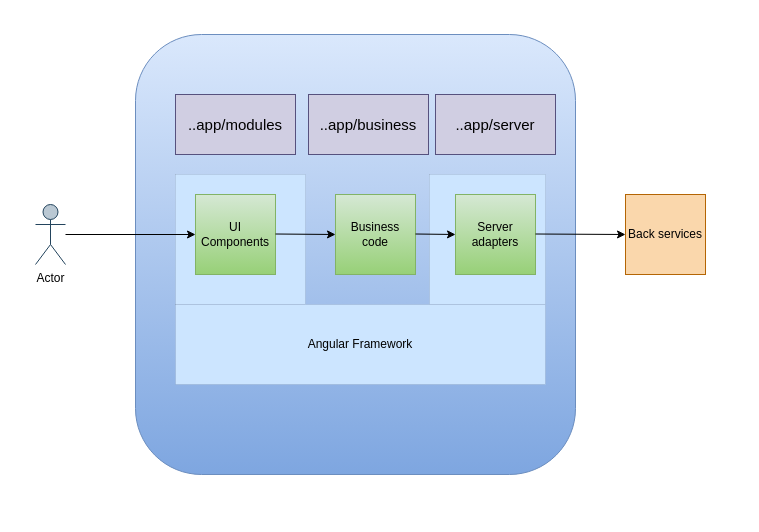
Above: src/docs/asciidoc/images/SoftwareArchitecture-UI.drawio in opfab/operatorfabric-core (draw.io), before the change. Source tidied: cells renumbered, new cells numbered last; positions are measured from the earlier drawing's top-left corner, leaving out a move shared by most shapes. Both pictures are drawn from the tidied source at 100%, with x=0, y=0 at pixel (35, 34).
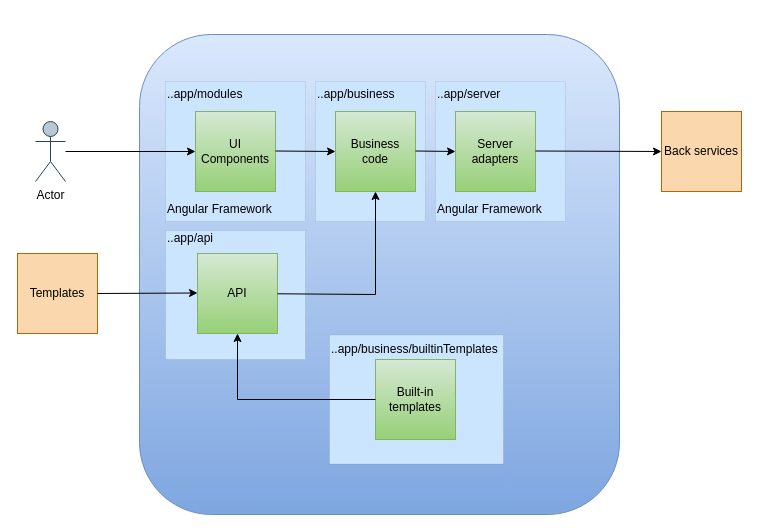
After the change.

Commit message (it also covers changes not shown here):
Update front architecture documentation

Diff of the diagram source:
```diff
@@
     <mxCell id="2" value="&lt;div align=&quot;right&quot;&gt;&lt;br&gt;&lt;/div&gt;" style="whiteSpace=wrap;html=1;labelPosition=center;verticalLabelPosition=top;align=center;verticalAlign=bottom;fillColor=#dae8fc;strokeColor=#6c8ebf;rounded=1;gradientColor=#7ea6e0;" parent="1" vertex="1">
-      <mxGeometry x="100" width="440" height="440" as="geometry" />
+      <mxGeometry x="104" width="480" height="480" as="geometry" />
     </mxCell>
-    <mxCell id="3" style="rounded=0;whiteSpace=wrap;html=1;fillColor=#cce5ff;strokeWidth=0;strokeColor=#36393d;" parent="1" vertex="1">
-      <mxGeometry x="394" y="140" width="116" height="130" as="geometry" />
-    </mxCell>
+    <mxCell id="18" value="&lt;div&gt;..app/business/builtinTemplates&lt;/div&gt;&lt;div&gt;&lt;br&gt;&lt;/div&gt;&lt;div&gt;&lt;br&gt;&lt;/div&gt;&lt;div&gt;&lt;br&gt;&lt;/div&gt;&lt;div&gt;&lt;br&gt;&lt;/div&gt;&lt;div&gt;&lt;br&gt;&lt;/div&gt;&lt;div&gt;&lt;br&gt;&lt;/div&gt;&lt;div&gt;&lt;br&gt;&lt;/div&gt;" style="rounded=0;whiteSpace=wrap;html=1;fillColor=#cce5ff;strokeWidth=0;strokeColor=#36393d;align=left;" parent="1" vertex="1">
+      <mxGeometry x="294" y="300.5" width="174" height="129" as="geometry" />
+    </mxCell>
+    <mxCell id="19" value="&lt;div&gt;..app/api &lt;br&gt;&lt;/div&gt;&lt;div&gt;&lt;br&gt;&lt;/div&gt;&lt;div&gt;&lt;br&gt;&lt;/div&gt;&lt;div&gt;&lt;br&gt;&lt;/div&gt;&lt;div&gt;&lt;br&gt;&lt;/div&gt;&lt;div&gt;&lt;br&gt;&lt;/div&gt;&lt;div&gt;&lt;br&gt;&lt;/div&gt;&lt;div&gt;&lt;br&gt;&lt;/div&gt;&lt;div&gt;&lt;br&gt;&lt;/div&gt;" style="rounded=0;whiteSpace=wrap;html=1;fillColor=#cce5ff;strokeWidth=0;strokeColor=#36393d;align=left;" parent="1" vertex="1">
+      <mxGeometry x="130" y="196" width="140" height="129" as="geometry" />
+    </mxCell>
+    <mxCell id="16" value="&lt;div&gt;..app/business &lt;br&gt;&lt;/div&gt;&lt;div&gt;&lt;br&gt;&lt;/div&gt;&lt;div&gt;&lt;br&gt;&lt;/div&gt;&lt;div&gt;&lt;br&gt;&lt;/div&gt;&lt;div&gt;&lt;br&gt;&lt;/div&gt;&lt;div&gt;&lt;br&gt;&lt;/div&gt;&lt;div&gt;&lt;br&gt;&lt;/div&gt;&lt;div&gt;&lt;br&gt;&lt;/div&gt;&lt;div&gt;&lt;br&gt;&lt;/div&gt;" style="rounded=0;whiteSpace=wrap;html=1;fillColor=#cce5ff;strokeWidth=0;strokeColor=#36393d;align=left;" parent="1" vertex="1">
+      <mxGeometry x="280" y="47" width="110" height="140" as="geometry" />
+    </mxCell>
+    <mxCell id="20" value="&lt;div&gt;..app/server &lt;br&gt;&lt;/div&gt;&lt;div&gt;&lt;br&gt;&lt;/div&gt;&lt;div&gt;&lt;br&gt;&lt;/div&gt;&lt;div&gt;&lt;br&gt;&lt;/div&gt;&lt;div&gt;&lt;br&gt;&lt;/div&gt;&lt;div&gt;&lt;br&gt;&lt;/div&gt;&lt;div&gt;&lt;br&gt;&lt;/div&gt;&lt;div&gt;&lt;br&gt;&lt;/div&gt;&lt;div&gt;Angular Framework&lt;/div&gt;" style="rounded=0;whiteSpace=wrap;html=1;fillColor=#cce5ff;strokeWidth=0;strokeColor=#36393d;align=left;" parent="1" vertex="1">
+      <mxGeometry x="400" y="47" width="130" height="140" as="geometry" />
+    </mxCell>
-    <mxCell id="4" style="rounded=0;whiteSpace=wrap;html=1;fillColor=#cce5ff;strokeWidth=0;strokeColor=#36393d;" parent="1" vertex="1">
-      <mxGeometry x="140" y="140" width="130" height="130" as="geometry" />
+    <mxCell id="4" value="&lt;div&gt;..app/modules &lt;br&gt;&lt;/div&gt;&lt;div&gt;&lt;br&gt;&lt;/div&gt;&lt;div&gt;&lt;br&gt;&lt;/div&gt;&lt;div&gt;&lt;br&gt;&lt;/div&gt;&lt;div&gt;&lt;br&gt;&lt;/div&gt;&lt;div&gt;&lt;br&gt;&lt;/div&gt;&lt;div&gt;&lt;br&gt;&lt;/div&gt;&lt;div&gt;&lt;br&gt;&lt;/div&gt;&lt;div&gt;Angular Framework&lt;/div&gt;" style="rounded=0;whiteSpace=wrap;html=1;fillColor=#cce5ff;strokeWidth=0;strokeColor=#36393d;align=left;" parent="1" vertex="1">
+      <mxGeometry x="130" y="47" width="140" height="140" as="geometry" />
     </mxCell>
     <mxCell id="5" value="Business code" style="whiteSpace=wrap;html=1;fillColor=#d5e8d4;strokeColor=#82b366;gradientColor=#97d077;" parent="1" vertex="1">
-      <mxGeometry x="300" y="160" width="80" height="80" as="geometry" />
+      <mxGeometry x="300" y="77" width="80" height="80" as="geometry" />
     </mxCell>
     <mxCell id="6" value="&lt;div&gt;Server adapters&lt;/div&gt;" style="whiteSpace=wrap;html=1;fillColor=#d5e8d4;strokeColor=#82b366;gradientColor=#97d077;" parent="1" vertex="1">
-      <mxGeometry x="420" y="160" width="80" height="80" as="geometry" />
+      <mxGeometry x="420" y="77" width="80" height="80" as="geometry" />
     </mxCell>
     <mxCell id="7" value="Back services" style="whiteSpace=wrap;html=1;fillColor=#fad7ac;strokeColor=#b46504;" parent="1" vertex="1">
-      <mxGeometry x="590" y="160" width="80" height="80" as="geometry" />
+      <mxGeometry x="626" y="77" width="80" height="80" as="geometry" />
     </mxCell>
     <mxCell id="8" value="&lt;div&gt;UI Components&lt;/div&gt;" style="whiteSpace=wrap;html=1;fillColor=#d5e8d4;strokeColor=#82b366;gradientColor=#97d077;" parent="1" vertex="1">
-      <mxGeometry x="160" y="160" width="80" height="80" as="geometry" />
+      <mxGeometry x="160" y="77" width="80" height="80" as="geometry" />
     </mxCell>
     <mxCell id="9" value="Actor" style="shape=umlActor;verticalLabelPosition=bottom;verticalAlign=top;html=1;outlineConnect=0;fillColor=#bac8d3;strokeColor=#23445d;" parent="1" vertex="1">
-      <mxGeometry y="170" width="30" height="60" as="geometry" />
+      <mxGeometry y="87" width="30" height="60" as="geometry" />
     </mxCell>
@@
     <mxCell id="11" style="endArrow=classic;html=1;rounded=0;" parent="1" edge="1">
       <mxGeometry relative="1" as="geometry">
-        <mxPoint x="240" y="199.5" as="sourcePoint" />
-        <mxPoint x="300" y="200" as="targetPoint" />
+        <mxPoint x="240" y="116.5" as="sourcePoint" />
+        <mxPoint x="300" y="117" as="targetPoint" />
       </mxGeometry>
     </mxCell>
     <mxCell id="12" style="endArrow=classic;html=1;rounded=0;entryX=0;entryY=0.5;entryDx=0;entryDy=0;" parent="1" edge="1" target="6">
       <mxGeometry relative="1" as="geometry">
-        <mxPoint x="380" y="199.5" as="sourcePoint" />
+        <mxPoint x="380" y="116.5" as="sourcePoint" />
       </mxGeometry>
     </mxCell>
     <mxCell id="13" style="endArrow=classic;html=1;rounded=0;entryX=0;entryY=0.5;entryDx=0;entryDy=0;" parent="1" edge="1" target="7">
       <mxGeometry relative="1" as="geometry">
-        <mxPoint x="500" y="199.5" as="sourcePoint" />
+        <mxPoint x="500" y="116.5" as="sourcePoint" />
       </mxGeometry>
     </mxCell>
-    <mxCell id="14" value="Angular Framework" style="rounded=0;whiteSpace=wrap;html=1;fillColor=#cce5ff;strokeWidth=0;strokeColor=#36393d;" parent="1" vertex="1">
-      <mxGeometry x="140" y="270" width="370" height="80" as="geometry" />
-    </mxCell>
-    <mxCell id="15" value="..app/modules" style="rounded=0;whiteSpace=wrap;html=1;strokeWidth=1;fontSize=15;fillColor=#d0cee2;strokeColor=#56517e;" parent="1" vertex="1">
-      <mxGeometry x="140" y="60" width="120" height="60" as="geometry" />
-    </mxCell>
-    <mxCell id="16" value="..app/business" style="rounded=0;whiteSpace=wrap;html=1;strokeWidth=1;fontSize=15;fillColor=#d0cee2;strokeColor=#56517e;" parent="1" vertex="1">
-      <mxGeometry x="273" y="60" width="120" height="60" as="geometry" />
-    </mxCell>
-    <mxCell id="17" value="..app/server" style="rounded=0;whiteSpace=wrap;html=1;strokeWidth=1;fontSize=15;fillColor=#d0cee2;strokeColor=#56517e;" parent="1" vertex="1">
-      <mxGeometry x="400" y="60" width="120" height="60" as="geometry" />
-    </mxCell>
+    <mxCell id="21" value="API " style="whiteSpace=wrap;html=1;fillColor=#d5e8d4;strokeColor=#82b366;gradientColor=#97d077;" parent="1" vertex="1">
+      <mxGeometry x="162" y="219" width="80" height="80" as="geometry" />
+    </mxCell>
+    <mxCell id="22" style="endArrow=classic;html=1;rounded=0;entryX=0.5;entryY=1;entryDx=0;entryDy=0;" parent="1" edge="1" source="21" target="5">
+      <mxGeometry relative="1" as="geometry">
+        <Array as="points">
+          <mxPoint x="340" y="260" />
+        </Array>
+      </mxGeometry>
+    </mxCell>
+    <mxCell id="23" value="Templates" style="whiteSpace=wrap;html=1;fillColor=#fad7ac;strokeColor=#b46504;" parent="1" vertex="1">
+      <mxGeometry x="-18" y="219" width="80" height="80" as="geometry" />
+    </mxCell>
+    <mxCell id="24" style="endArrow=classic;html=1;rounded=0;exitX=1;exitY=0.5;exitDx=0;exitDy=0;" parent="1" edge="1" source="23">
+      <mxGeometry relative="1" as="geometry">
+        <mxPoint x="162" y="258.5" as="targetPoint" />
+      </mxGeometry>
+    </mxCell>
+    <mxCell id="25" value="Built-in templates" style="whiteSpace=wrap;html=1;fillColor=#d5e8d4;strokeColor=#82b366;gradientColor=#97d077;" parent="1" vertex="1">
+      <mxGeometry x="340" y="325" width="80" height="80" as="geometry" />
+    </mxCell>
+    <mxCell id="26" style="endArrow=classic;html=1;rounded=0;entryX=0.5;entryY=1;entryDx=0;entryDy=0;exitX=0;exitY=0.5;exitDx=0;exitDy=0;" parent="1" edge="1" source="25" target="21">
+      <mxGeometry relative="1" as="geometry">
+        <Array as="points">
+          <mxPoint x="202" y="365" />
+        </Array>
+      </mxGeometry>
+    </mxCell>
```
